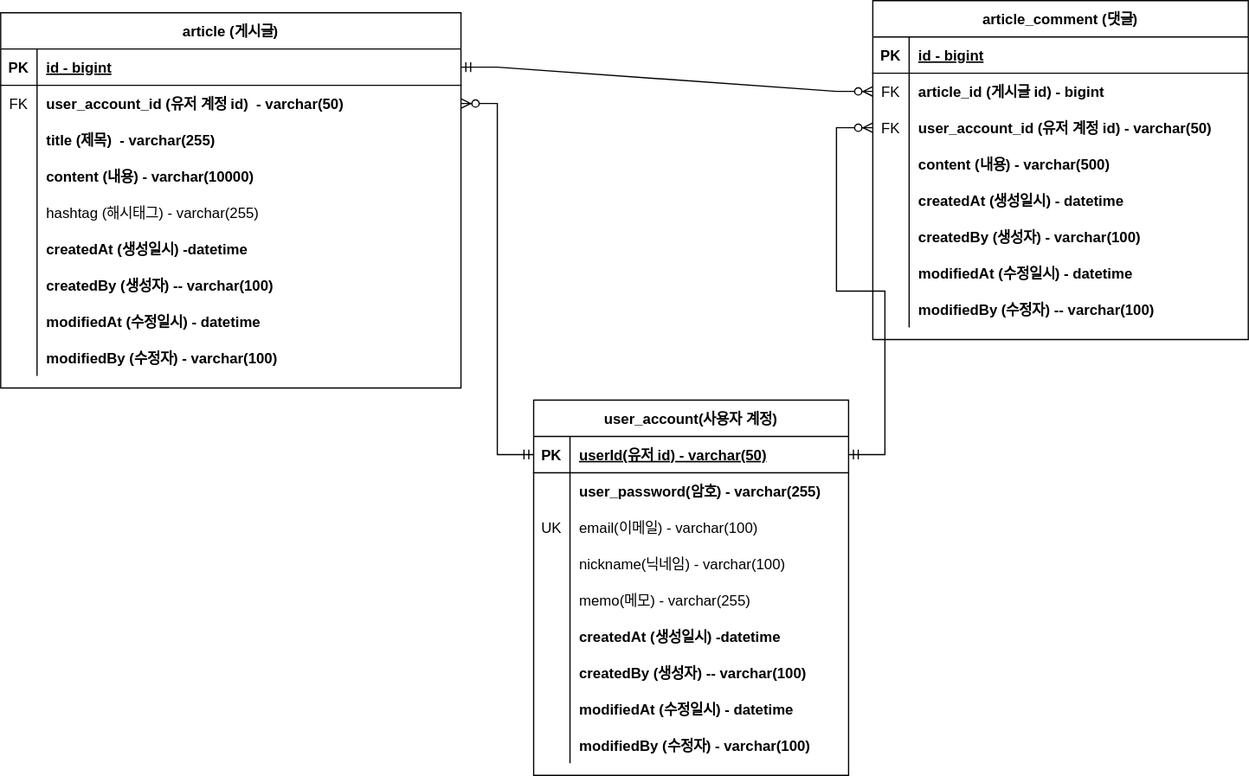
Above: document/project-board-erd.svg in dpwns523/project-board (draw.io), before the change. Source tidied: cells renumbered, new cells last; positions are measured from the earlier drawing's top-left corner, leaving out a move shared by most shapes.
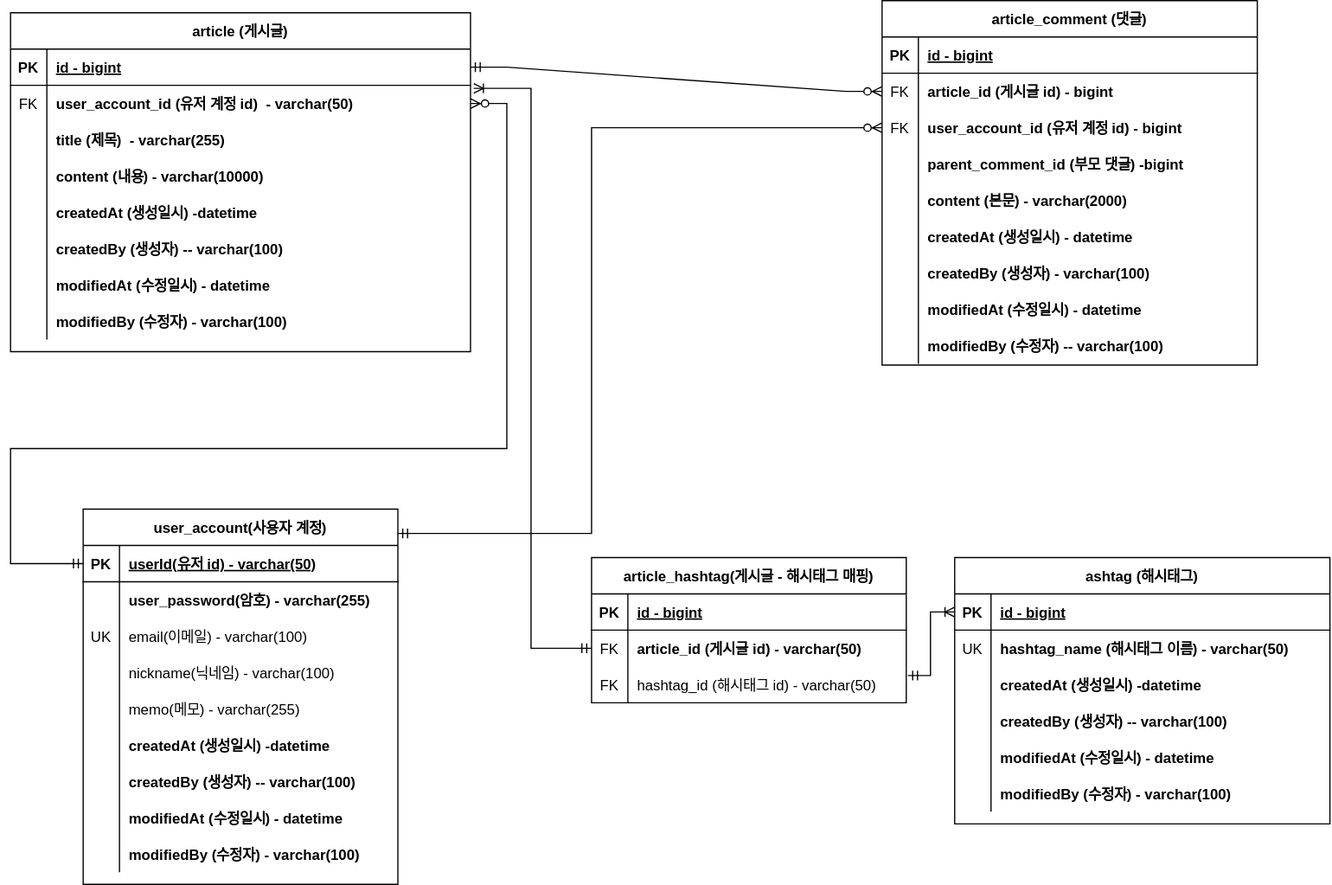
The same file after the commit.

Commit message:
#67 project-board-erd.svg 업데이트: 대댓글, 해시태그

Diff of the diagram source:
```diff
@@ -3,7 +3,7 @@
     <mxCell id="0" />
     <mxCell id="1" parent="0" />
     <mxCell id="2" value="article (게시글)" style="shape=table;startSize=30;rowLines=0;fontStyle=1;align=center;" parent="1" vertex="1">
-      <mxGeometry y="10" width="380" height="310" as="geometry" />
+      <mxGeometry y="10" width="380" height="280" as="geometry" />
     </mxCell>
     <mxCell id="3" style="shape=tableRow;horizontal=0;startSize=0;swimlaneHead=0;swimlaneBody=0;fillColor=none;points=[[0,0.5],[1,0.5]];portConstraint=eastwest;top=0;left=0;right=0;bottom=1;" parent="2" vertex="1">
       <mxGeometry y="30" width="380" height="30" as="geometry" />
@@ -41,17 +41,8 @@
     <mxCell id="14" value="content (내용) - varchar(10000)" style="shape=partialRectangle;fillColor=none;top=0;left=0;bottom=0;right=0;align=left;spacingLeft=6;overflow=hidden;fontStyle=1;" parent="12" vertex="1">
       <mxGeometry x="30" width="350" height="30" as="geometry" />
     </mxCell>
-    <mxCell id="15" style="shape=tableRow;horizontal=0;startSize=0;swimlaneHead=0;swimlaneBody=0;fillColor=none;top=0;left=0;right=0;bottom=0;" parent="2" vertex="1">
-      <mxGeometry y="150" width="380" height="30" as="geometry" />
-    </mxCell>
-    <mxCell id="16" style="shape=partialRectangle;fillColor=none;top=0;left=0;bottom=0;right=0;overflow=hidden;" parent="15" vertex="1">
-      <mxGeometry width="30" height="30" as="geometry" />
-    </mxCell>
-    <mxCell id="17" value="hashtag (해시태그) - varchar(255)" style="shape=partialRectangle;fillColor=none;top=0;left=0;bottom=0;right=0;align=left;spacingLeft=6;overflow=hidden;" parent="15" vertex="1">
-      <mxGeometry x="30" width="350" height="30" as="geometry" />
-    </mxCell>
     <mxCell id="18" style="shape=tableRow;horizontal=0;startSize=0;swimlaneHead=0;swimlaneBody=0;fillColor=none;top=0;left=0;right=0;bottom=0;" parent="2" vertex="1">
-      <mxGeometry y="180" width="380" height="30" as="geometry" />
+      <mxGeometry y="150" width="380" height="30" as="geometry" />
     </mxCell>
     <mxCell id="19" style="shape=partialRectangle;fillColor=none;top=0;left=0;bottom=0;right=0;overflow=hidden;" parent="18" vertex="1">
       <mxGeometry width="30" height="30" as="geometry" />
@@ -60,7 +51,7 @@
       <mxGeometry x="30" width="350" height="30" as="geometry" />
     </mxCell>
     <mxCell id="21" style="shape=tableRow;horizontal=0;startSize=0;swimlaneHead=0;swimlaneBody=0;fillColor=none;top=0;left=0;right=0;bottom=0;" parent="2" vertex="1">
-      <mxGeometry y="210" width="380" height="30" as="geometry" />
+      <mxGeometry y="180" width="380" height="30" as="geometry" />
     </mxCell>
     <mxCell id="22" style="shape=partialRectangle;fillColor=none;top=0;left=0;bottom=0;right=0;overflow=hidden;" parent="21" vertex="1">
       <mxGeometry width="30" height="30" as="geometry" />
@@ -69,7 +60,7 @@
       <mxGeometry x="30" width="350" height="30" as="geometry" />
     </mxCell>
     <mxCell id="24" style="shape=tableRow;horizontal=0;startSize=0;swimlaneHead=0;swimlaneBody=0;fillColor=none;top=0;left=0;right=0;bottom=0;" parent="2" vertex="1">
-      <mxGeometry y="240" width="380" height="30" as="geometry" />
+      <mxGeometry y="210" width="380" height="30" as="geometry" />
     </mxCell>
     <mxCell id="25" style="shape=partialRectangle;fillColor=none;top=0;left=0;bottom=0;right=0;overflow=hidden;" parent="24" vertex="1">
       <mxGeometry width="30" height="30" as="geometry" />
@@ -78,7 +69,7 @@
       <mxGeometry x="30" width="350" height="30" as="geometry" />
     </mxCell>
     <mxCell id="27" style="shape=tableRow;horizontal=0;startSize=0;swimlaneHead=0;swimlaneBody=0;fillColor=none;top=0;left=0;right=0;bottom=0;" parent="2" vertex="1">
-      <mxGeometry y="270" width="380" height="30" as="geometry" />
+      <mxGeometry y="240" width="380" height="30" as="geometry" />
     </mxCell>
     <mxCell id="28" style="shape=partialRectangle;fillColor=none;top=0;left=0;bottom=0;right=0;overflow=hidden;" parent="27" vertex="1">
       <mxGeometry width="30" height="30" as="geometry" />
@@ -87,7 +78,7 @@
       <mxGeometry x="30" width="350" height="30" as="geometry" />
     </mxCell>
     <mxCell id="30" value="article_comment (댓글)" style="shape=table;startSize=30;rowLines=0;fontStyle=1;align=center;" parent="1" vertex="1">
-      <mxGeometry x="720" width="310" height="280" as="geometry" />
+      <mxGeometry x="720" width="310" height="301" as="geometry" />
     </mxCell>
     <mxCell id="31" style="shape=tableRow;horizontal=0;startSize=0;swimlaneHead=0;swimlaneBody=0;fillColor=none;top=0;left=0;right=0;bottom=1;" parent="30" vertex="1">
       <mxGeometry y="30" width="310" height="30" as="geometry" />
@@ -113,7 +104,7 @@
     <mxCell id="38" value="FK" style="shape=partialRectangle;fillColor=none;top=0;left=0;bottom=0;right=0;overflow=hidden;" parent="37" vertex="1">
       <mxGeometry width="30" height="30" as="geometry" />
     </mxCell>
-    <mxCell id="39" value="user_account_id (유저 계정 id) - varchar(50)" style="shape=partialRectangle;fillColor=none;top=0;left=0;bottom=0;right=0;align=left;spacingLeft=6;overflow=hidden;fontStyle=1;" parent="37" vertex="1">
+    <mxCell id="39" value="user_account_id (유저 계정 id) - bigint" style="shape=partialRectangle;fillColor=none;top=0;left=0;bottom=0;right=0;align=left;spacingLeft=6;overflow=hidden;fontStyle=1;" parent="37" vertex="1">
       <mxGeometry x="30" width="280" height="30" as="geometry" />
     </mxCell>
     <mxCell id="40" style="shape=tableRow;horizontal=0;startSize=0;swimlaneHead=0;swimlaneBody=0;fillColor=none;top=0;left=0;right=0;bottom=0;" parent="30" vertex="1">
@@ -122,11 +113,20 @@
     <mxCell id="41" style="shape=partialRectangle;fillColor=none;top=0;left=0;bottom=0;right=0;overflow=hidden;" parent="40" vertex="1">
       <mxGeometry width="30" height="30" as="geometry" />
     </mxCell>
-    <mxCell id="42" value="content (내용) - varchar(500)" style="shape=partialRectangle;fillColor=none;top=0;left=0;bottom=0;right=0;align=left;spacingLeft=6;overflow=hidden;fontStyle=1;" parent="40" vertex="1">
+    <mxCell id="42" value="parent_comment_id (부모 댓글) -bigint" style="shape=partialRectangle;fillColor=none;top=0;left=0;bottom=0;right=0;align=left;spacingLeft=6;overflow=hidden;fontStyle=1;" parent="40" vertex="1">
       <mxGeometry x="30" width="280" height="30" as="geometry" />
     </mxCell>
+    <mxCell id="86" style="shape=tableRow;horizontal=0;startSize=0;swimlaneHead=0;swimlaneBody=0;fillColor=none;top=0;left=0;right=0;bottom=0;" parent="30" vertex="1">
+      <mxGeometry y="150" width="310" height="30" as="geometry" />
+    </mxCell>
+    <mxCell id="87" style="shape=partialRectangle;fillColor=none;top=0;left=0;bottom=0;right=0;overflow=hidden;" parent="86" vertex="1">
+      <mxGeometry width="30" height="30" as="geometry" />
+    </mxCell>
+    <mxCell id="88" value="content (본문) - varchar(2000)" style="shape=partialRectangle;fillColor=none;top=0;left=0;bottom=0;right=0;align=left;spacingLeft=6;overflow=hidden;fontStyle=1;" parent="86" vertex="1">
+      <mxGeometry x="30" width="280" height="30" as="geometry" />
+    </mxCell>
     <mxCell id="43" style="shape=tableRow;horizontal=0;startSize=0;swimlaneHead=0;swimlaneBody=0;fillColor=none;top=0;left=0;right=0;bottom=0;" parent="30" vertex="1">
-      <mxGeometry y="150" width="310" height="30" as="geometry" />
+      <mxGeometry y="180" width="310" height="30" as="geometry" />
     </mxCell>
     <mxCell id="44" style="shape=partialRectangle;fillColor=none;top=0;left=0;bottom=0;right=0;overflow=hidden;" parent="43" vertex="1">
       <mxGeometry width="30" height="30" as="geometry" />
@@ -135,7 +135,7 @@
       <mxGeometry x="30" width="280" height="30" as="geometry" />
     </mxCell>
     <mxCell id="46" style="shape=tableRow;horizontal=0;startSize=0;swimlaneHead=0;swimlaneBody=0;fillColor=none;top=0;left=0;right=0;bottom=0;" parent="30" vertex="1">
-      <mxGeometry y="180" width="310" height="30" as="geometry" />
+      <mxGeometry y="210" width="310" height="30" as="geometry" />
     </mxCell>
     <mxCell id="47" style="shape=partialRectangle;fillColor=none;top=0;left=0;bottom=0;right=0;overflow=hidden;" parent="46" vertex="1">
       <mxGeometry width="30" height="30" as="geometry" />
@@ -144,7 +144,7 @@
       <mxGeometry x="30" width="280" height="30" as="geometry" />
     </mxCell>
     <mxCell id="49" style="shape=tableRow;horizontal=0;startSize=0;swimlaneHead=0;swimlaneBody=0;fillColor=none;top=0;left=0;right=0;bottom=0;" parent="30" vertex="1">
-      <mxGeometry y="210" width="310" height="30" as="geometry" />
+      <mxGeometry y="240" width="310" height="30" as="geometry" />
     </mxCell>
     <mxCell id="50" style="shape=partialRectangle;fillColor=none;top=0;left=0;bottom=0;right=0;overflow=hidden;" parent="49" vertex="1">
       <mxGeometry width="30" height="30" as="geometry" />
@@ -153,7 +153,7 @@
       <mxGeometry x="30" width="280" height="30" as="geometry" />
     </mxCell>
     <mxCell id="52" style="shape=tableRow;horizontal=0;startSize=0;swimlaneHead=0;swimlaneBody=0;fillColor=none;top=0;left=0;right=0;bottom=0;" parent="30" vertex="1">
-      <mxGeometry y="240" width="310" height="30" as="geometry" />
+      <mxGeometry y="270" width="310" height="30" as="geometry" />
     </mxCell>
     <mxCell id="53" style="shape=partialRectangle;fillColor=none;top=0;left=0;bottom=0;right=0;overflow=hidden;" parent="52" vertex="1">
       <mxGeometry width="30" height="30" as="geometry" />
@@ -165,7 +165,7 @@
       <mxGeometry relative="1" as="geometry" />
     </mxCell>
     <mxCell id="56" value="user_account(사용자 계정)" style="shape=table;startSize=30;rowLines=0;fontStyle=1;align=center;" parent="1" vertex="1">
-      <mxGeometry x="440" y="330" width="260" height="310" as="geometry" />
+      <mxGeometry x="60" y="420" width="260" height="310" as="geometry" />
     </mxCell>
     <mxCell id="57" style="shape=tableRow;horizontal=0;startSize=0;swimlaneHead=0;swimlaneBody=0;fillColor=none;points=[[0,0.5],[1,0.5]];portConstraint=eastwest;top=0;left=0;right=0;bottom=1;" parent="56" vertex="1">
       <mxGeometry y="30" width="260" height="30" as="geometry" />
@@ -248,11 +248,122 @@
     <mxCell id="83" value="modifiedBy (수정자) - varchar(100)" style="shape=partialRectangle;fillColor=none;top=0;left=0;bottom=0;right=0;align=left;spacingLeft=6;overflow=hidden;fontStyle=1;" parent="81" vertex="1">
       <mxGeometry x="30" width="230" height="30" as="geometry" />
     </mxCell>
-    <mxCell id="84" style="edgeStyle=entityRelationEdgeStyle;fontSize=12;html=1;endArrow=ERzeroToMany;startArrow=ERmandOne;rounded=0;entryX=1;entryY=0.5;entryDx=0;entryDy=0;exitX=0;exitY=0.5;exitDx=0;exitDy=0;" parent="1" edge="1" source="57" target="6">
-      <mxGeometry relative="1" as="geometry" />
+    <mxCell id="84" style="edgeStyle=orthogonalEdgeStyle;fontSize=12;html=1;endArrow=ERzeroToMany;startArrow=ERmandOne;rounded=0;jumpStyle=none;exitX=0;exitY=0.5;exitDx=0;exitDy=0;entryX=1;entryY=0.5;entryDx=0;entryDy=0;" parent="1" edge="1" source="57" target="6">
+      <mxGeometry relative="1" as="geometry">
+        <Array as="points">
+          <mxPoint y="465" />
+          <mxPoint y="370" />
+          <mxPoint x="410" y="370" />
+          <mxPoint x="410" y="85" />
+        </Array>
+      </mxGeometry>
     </mxCell>
-    <mxCell id="85" style="edgeStyle=entityRelationEdgeStyle;fontSize=12;html=1;endArrow=ERzeroToMany;startArrow=ERmandOne;rounded=0;exitX=1;exitY=0.5;exitDx=0;exitDy=0;entryX=0;entryY=0.5;entryDx=0;entryDy=0;" parent="1" edge="1" source="57" target="37">
-      <mxGeometry relative="1" as="geometry" />
+    <mxCell id="85" style="edgeStyle=orthogonalEdgeStyle;fontSize=12;html=1;endArrow=ERzeroToMany;startArrow=ERmandOne;rounded=0;entryX=0;entryY=0.5;entryDx=0;entryDy=0;exitX=1;exitY=0.065;exitDx=0;exitDy=0;exitPerimeter=0;" parent="1" edge="1" source="56" target="37">
+      <mxGeometry relative="1" as="geometry">
+        <Array as="points">
+          <mxPoint x="480" y="440" />
+          <mxPoint x="480" y="105" />
+        </Array>
+      </mxGeometry>
     </mxCell>
+    <mxCell id="89" value="article_hashtag(게시글 - 해시태그 매핑)" style="shape=table;startSize=30;rowLines=0;fontStyle=1;align=center;" parent="1" vertex="1">
+      <mxGeometry x="480" y="460" width="260" height="120" as="geometry" />
+    </mxCell>
+    <mxCell id="90" style="shape=tableRow;horizontal=0;startSize=0;swimlaneHead=0;swimlaneBody=0;fillColor=none;top=0;left=0;right=0;bottom=1;" parent="89" vertex="1">
+      <mxGeometry y="30" width="260" height="30" as="geometry" />
+    </mxCell>
+    <mxCell id="91" value="PK" style="shape=partialRectangle;fillColor=none;top=0;left=0;bottom=0;right=0;fontStyle=1;overflow=hidden;" parent="90" vertex="1">
+      <mxGeometry width="30" height="30" as="geometry" />
+    </mxCell>
+    <mxCell id="92" value="id - bigint" style="shape=partialRectangle;fillColor=none;top=0;left=0;bottom=0;right=0;align=left;spacingLeft=6;fontStyle=5;overflow=hidden;" parent="90" vertex="1">
+      <mxGeometry x="30" width="230" height="30" as="geometry" />
+    </mxCell>
+    <mxCell id="93" style="shape=tableRow;horizontal=0;startSize=0;swimlaneHead=0;swimlaneBody=0;fillColor=none;points=[[0,0.5],[1,0.5]];portConstraint=eastwest;top=0;left=0;right=0;bottom=0;" parent="89" vertex="1">
+      <mxGeometry y="60" width="260" height="30" as="geometry" />
+    </mxCell>
+    <mxCell id="94" value="FK" style="shape=partialRectangle;fillColor=none;top=0;left=0;bottom=0;right=0;overflow=hidden;" parent="93" vertex="1">
+      <mxGeometry width="30" height="30" as="geometry" />
+    </mxCell>
+    <mxCell id="95" value="article_id (게시글 id) - varchar(50)" style="shape=partialRectangle;fillColor=none;top=0;left=0;bottom=0;right=0;align=left;spacingLeft=6;overflow=hidden;fontStyle=1;" parent="93" vertex="1">
+      <mxGeometry x="30" width="230" height="30" as="geometry" />
+    </mxCell>
+    <mxCell id="96" style="shape=tableRow;horizontal=0;startSize=0;swimlaneHead=0;swimlaneBody=0;fillColor=none;points=[[0,0.5],[1,0.5]];portConstraint=eastwest;top=0;left=0;right=0;bottom=0;" parent="89" vertex="1">
+      <mxGeometry y="90" width="260" height="30" as="geometry" />
+    </mxCell>
+    <mxCell id="97" value="FK" style="shape=partialRectangle;fillColor=none;top=0;left=0;bottom=0;right=0;overflow=hidden;" parent="96" vertex="1">
+      <mxGeometry width="30" height="30" as="geometry" />
+    </mxCell>
+    <mxCell id="98" value="hashtag_id (해시태그 id) - varchar(50)" style="shape=partialRectangle;fillColor=none;top=0;left=0;bottom=0;right=0;align=left;spacingLeft=6;overflow=hidden;" parent="96" vertex="1">
+      <mxGeometry x="30" width="230" height="30" as="geometry" />
+    </mxCell>
+    <mxCell id="99" value="ashtag (해시태그)" style="shape=table;startSize=30;rowLines=0;fontStyle=1;align=center;" parent="1" vertex="1">
+      <mxGeometry x="780" y="460" width="310" height="220" as="geometry" />
+    </mxCell>
+    <mxCell id="100" style="shape=tableRow;horizontal=0;startSize=0;swimlaneHead=0;swimlaneBody=0;fillColor=none;points=[[0,0.5],[1,0.5]];portConstraint=eastwest;top=0;left=0;right=0;bottom=1;" parent="99" vertex="1">
+      <mxGeometry y="30" width="310" height="30" as="geometry" />
+    </mxCell>
+    <mxCell id="101" value="PK" style="shape=partialRectangle;fillColor=none;top=0;left=0;bottom=0;right=0;fontStyle=1;overflow=hidden;" parent="100" vertex="1">
+      <mxGeometry width="30" height="30" as="geometry" />
+    </mxCell>
+    <mxCell id="102" value="id - bigint" style="shape=partialRectangle;fillColor=none;top=0;left=0;bottom=0;right=0;align=left;spacingLeft=6;fontStyle=5;overflow=hidden;" parent="100" vertex="1">
+      <mxGeometry x="30" width="280" height="30" as="geometry" />
+    </mxCell>
+    <mxCell id="103" style="shape=tableRow;horizontal=0;startSize=0;swimlaneHead=0;swimlaneBody=0;fillColor=none;top=0;left=0;right=0;bottom=0;" parent="99" vertex="1">
+      <mxGeometry y="60" width="310" height="30" as="geometry" />
+    </mxCell>
+    <mxCell id="104" value="UK" style="shape=partialRectangle;fillColor=none;top=0;left=0;bottom=0;right=0;overflow=hidden;" parent="103" vertex="1">
+      <mxGeometry width="30" height="30" as="geometry" />
+    </mxCell>
+    <mxCell id="105" value="hashtag_name (해시태그 이름) - varchar(50)" style="shape=partialRectangle;fillColor=none;top=0;left=0;bottom=0;right=0;align=left;spacingLeft=6;overflow=hidden;fontStyle=1;" parent="103" vertex="1">
+      <mxGeometry x="30" width="280" height="30" as="geometry" />
+    </mxCell>
+    <mxCell id="106" style="shape=tableRow;horizontal=0;startSize=0;swimlaneHead=0;swimlaneBody=0;fillColor=none;top=0;left=0;right=0;bottom=0;" parent="99" vertex="1">
+      <mxGeometry y="90" width="310" height="30" as="geometry" />
+    </mxCell>
+    <mxCell id="107" style="shape=partialRectangle;fillColor=none;top=0;left=0;bottom=0;right=0;overflow=hidden;" parent="106" vertex="1">
+      <mxGeometry width="30" height="30" as="geometry" />
+    </mxCell>
+    <mxCell id="108" value="createdAt (생성일시) -datetime" style="shape=partialRectangle;fillColor=none;top=0;left=0;bottom=0;right=0;align=left;spacingLeft=6;overflow=hidden;fontStyle=1;" parent="106" vertex="1">
+      <mxGeometry x="30" width="280" height="30" as="geometry" />
+    </mxCell>
+    <mxCell id="109" style="shape=tableRow;horizontal=0;startSize=0;swimlaneHead=0;swimlaneBody=0;fillColor=none;top=0;left=0;right=0;bottom=0;" parent="99" vertex="1">
+      <mxGeometry y="120" width="310" height="30" as="geometry" />
+    </mxCell>
+    <mxCell id="110" style="shape=partialRectangle;fillColor=none;top=0;left=0;bottom=0;right=0;overflow=hidden;" parent="109" vertex="1">
+      <mxGeometry width="30" height="30" as="geometry" />
+    </mxCell>
+    <mxCell id="111" value="createdBy (생성자) -- varchar(100)" style="shape=partialRectangle;fillColor=none;top=0;left=0;bottom=0;right=0;align=left;spacingLeft=6;overflow=hidden;fontStyle=1;" parent="109" vertex="1">
+      <mxGeometry x="30" width="280" height="30" as="geometry" />
+    </mxCell>
+    <mxCell id="112" style="shape=tableRow;horizontal=0;startSize=0;swimlaneHead=0;swimlaneBody=0;fillColor=none;top=0;left=0;right=0;bottom=0;" parent="99" vertex="1">
+      <mxGeometry y="150" width="310" height="30" as="geometry" />
+    </mxCell>
+    <mxCell id="113" style="shape=partialRectangle;fillColor=none;top=0;left=0;bottom=0;right=0;overflow=hidden;" parent="112" vertex="1">
+      <mxGeometry width="30" height="30" as="geometry" />
+    </mxCell>
+    <mxCell id="114" value="modifiedAt (수정일시) - datetime" style="shape=partialRectangle;fillColor=none;top=0;left=0;bottom=0;right=0;align=left;spacingLeft=6;overflow=hidden;fontStyle=1;" parent="112" vertex="1">
+      <mxGeometry x="30" width="280" height="30" as="geometry" />
+    </mxCell>
+    <mxCell id="115" style="shape=tableRow;horizontal=0;startSize=0;swimlaneHead=0;swimlaneBody=0;fillColor=none;top=0;left=0;right=0;bottom=0;" parent="99" vertex="1">
+      <mxGeometry y="180" width="310" height="30" as="geometry" />
+    </mxCell>
+    <mxCell id="116" style="shape=partialRectangle;fillColor=none;top=0;left=0;bottom=0;right=0;overflow=hidden;" parent="115" vertex="1">
+      <mxGeometry width="30" height="30" as="geometry" />
+    </mxCell>
+    <mxCell id="117" value="modifiedBy (수정자) - varchar(100)" style="shape=partialRectangle;fillColor=none;top=0;left=0;bottom=0;right=0;align=left;spacingLeft=6;overflow=hidden;fontStyle=1;" parent="115" vertex="1">
+      <mxGeometry x="30" width="280" height="30" as="geometry" />
+    </mxCell>
+    <mxCell id="118" style="edgeStyle=orthogonalEdgeStyle;fontSize=12;html=1;endArrow=ERoneToMany;startArrow=ERmandOne;jumpStyle=none;rounded=0;entryX=0;entryY=0.5;entryDx=0;entryDy=0;exitX=1.005;exitY=0.25;exitDx=0;exitDy=0;exitPerimeter=0;" parent="1" edge="1" source="96" target="100">
+      <mxGeometry relative="1" as="geometry" />
+    </mxCell>
+    <mxCell id="119" style="edgeStyle=orthogonalEdgeStyle;fontSize=12;html=1;endArrow=ERoneToMany;startArrow=ERmandOne;rounded=0;jumpStyle=none;entryX=1.007;entryY=0.083;entryDx=0;entryDy=0;entryPerimeter=0;exitX=0;exitY=0.5;exitDx=0;exitDy=0;" parent="1" edge="1" source="93" target="6">
+      <mxGeometry relative="1" as="geometry" />
+    </mxCell>
+    <mxCell id="120" style="shape=tableRow;horizontal=0;startSize=0;swimlaneHead=0;swimlaneBody=0;fillColor=none;top=0;left=0;right=0;bottom=0;" parent="1" vertex="1">
+      <mxGeometry x="720" y="150" width="310" height="30" as="geometry" />
+    </mxCell>
+    <mxCell id="121" style="shape=partialRectangle;fillColor=none;top=0;left=0;bottom=0;right=0;overflow=hidden;" parent="120" vertex="1">
+      <mxGeometry width="30" height="30" as="geometry" />
+    </mxCell>
   </root>
 </mxGraphModel>
```
